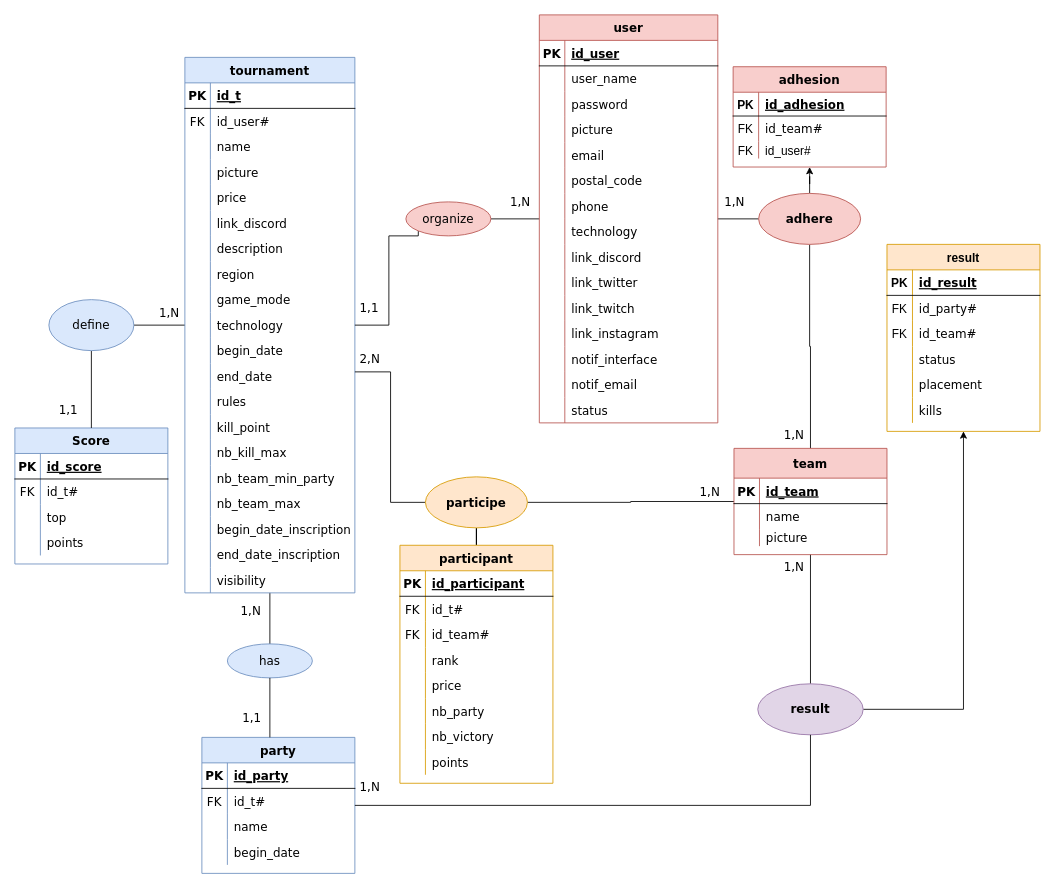
This is page "MLD" (2 of 3) of Wavy_MERISE2.drawio from Pakulic/Maquettage_Site_web, a draw.io file, before an edit. Source tidied: cells renumbered, new cells numbered last; positions are measured from the earlier drawing's top-left corner, leaving out a move shared by most shapes. Both pictures are drawn from the tidied source at 85%, with x=0, y=0 at pixel (14, 14).
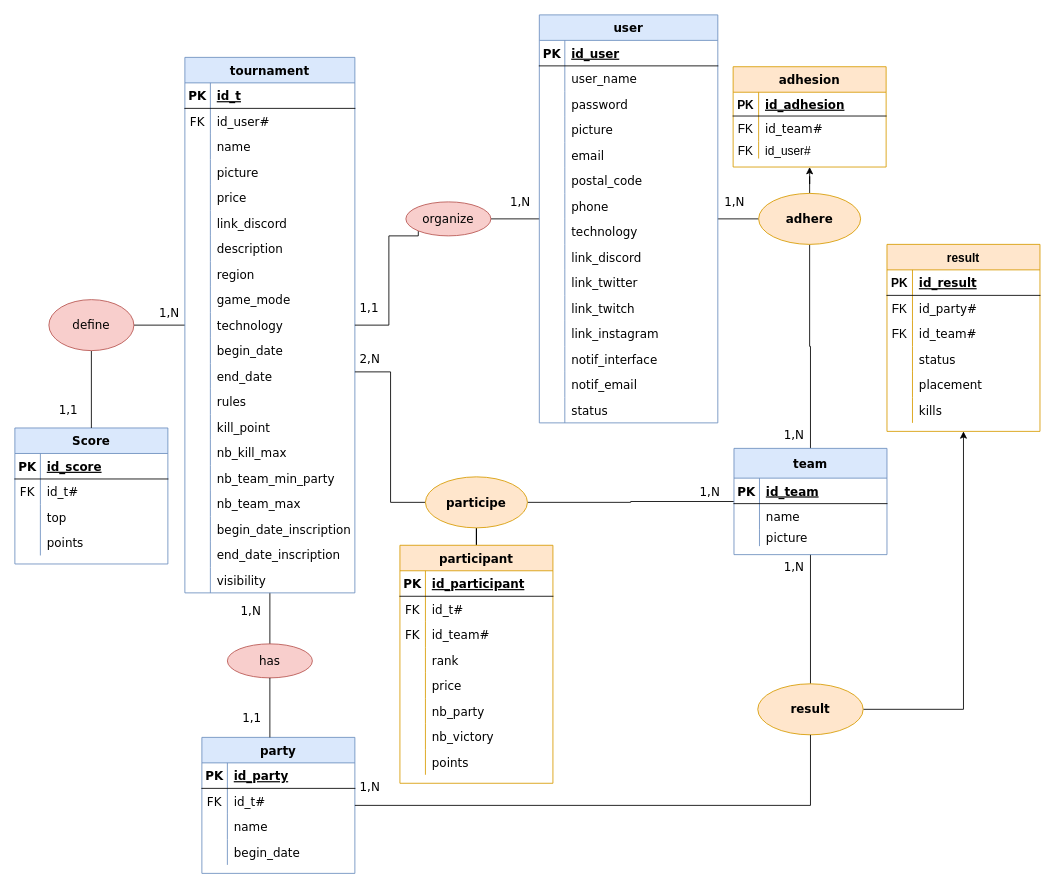
The same page after the edit.

Diff of the diagram source:
```diff
@@
-    <mxCell id="21" value="adhesion" style="shape=table;startSize=30;childLayout=tableLayout;rowLines=0;fontStyle=1;align=center;fillColor=#f8cecc;strokeColor=#b85450;fontSize=14;fontFamily=Verdana;" parent="1" vertex="1">
+    <mxCell id="21" value="adhesion" style="shape=table;startSize=30;childLayout=tableLayout;rowLines=0;fontStyle=1;align=center;fillColor=#ffe6cc;strokeColor=#d79b00;fontSize=14;fontFamily=Verdana;" parent="1" vertex="1">
       <mxGeometry x="845" y="61" width="180" height="118" as="geometry" />
     </mxCell>
@@
-    <mxCell id="124" value="define" style="ellipse;whiteSpace=wrap;html=1;align=center;fillColor=#dae8fc;strokeColor=#6c8ebf;fontSize=14;fontFamily=Verdana;" parent="1" vertex="1">
+    <mxCell id="124" value="define" style="ellipse;whiteSpace=wrap;html=1;align=center;fillColor=#f8cecc;strokeColor=#b85450;fontSize=14;fontFamily=Verdana;" parent="1" vertex="1">
       <mxGeometry x="40" y="335" width="100" height="60" as="geometry" />
     </mxCell>
@@
-    <mxCell id="128" value="team" style="shape=table;startSize=35;childLayout=tableLayout;rowLines=0;fontStyle=1;align=center;fillColor=#f8cecc;strokeColor=#b85450;fontSize=14;fontFamily=Verdana;" parent="1" vertex="1">
+    <mxCell id="128" value="team" style="shape=table;startSize=35;childLayout=tableLayout;rowLines=0;fontStyle=1;align=center;fillColor=#dae8fc;strokeColor=#6c8ebf;fontSize=14;fontFamily=Verdana;" parent="1" vertex="1">
       <mxGeometry x="846" y="510" width="180" height="125" as="geometry" />
     </mxCell>
@@
-    <mxCell id="138" value="has" style="ellipse;whiteSpace=wrap;html=1;align=center;fillColor=#dae8fc;strokeColor=#6c8ebf;fontSize=14;fontFamily=Verdana;" parent="1" vertex="1">
+    <mxCell id="138" value="has" style="ellipse;whiteSpace=wrap;html=1;align=center;fillColor=#f8cecc;strokeColor=#b85450;fontSize=14;fontFamily=Verdana;" parent="1" vertex="1">
       <mxGeometry x="250" y="740" width="100" height="40" as="geometry" />
     </mxCell>
@@
-    <mxCell id="140" value="user" style="shape=table;startSize=30;childLayout=tableLayout;rowLines=0;fontStyle=1;align=center;fillColor=#f8cecc;strokeColor=#b85450;fontSize=14;fontFamily=Verdana;" parent="1" vertex="1">
+    <mxCell id="140" value="user" style="shape=table;startSize=30;childLayout=tableLayout;rowLines=0;fontStyle=1;align=center;fillColor=#dae8fc;strokeColor=#6c8ebf;fontSize=14;fontFamily=Verdana;" parent="1" vertex="1">
       <mxGeometry x="617" width="210" height="480" as="geometry" />
     </mxCell>
@@
-    <mxCell id="187" value="adhere" style="ellipse;whiteSpace=wrap;html=1;fontStyle=1;strokeColor=#b85450;fillColor=#f8cecc;startSize=30;fontSize=14;fontFamily=Verdana;" parent="1" vertex="1">
+    <mxCell id="187" value="adhere" style="ellipse;whiteSpace=wrap;html=1;fontStyle=1;strokeColor=#d79b00;fillColor=#ffe6cc;startSize=30;fontSize=14;fontFamily=Verdana;" parent="1" vertex="1">
       <mxGeometry x="875" y="210" width="120" height="60" as="geometry" />
     </mxCell>
@@
-    <mxCell id="190" value="result" style="ellipse;whiteSpace=wrap;html=1;fontStyle=1;strokeColor=#9673a6;fillColor=#e1d5e7;startSize=35;fontSize=14;fontFamily=Verdana;" parent="1" vertex="1">
+    <mxCell id="190" value="result" style="ellipse;whiteSpace=wrap;html=1;fontStyle=1;strokeColor=#d79b00;fillColor=#ffe6cc;startSize=35;fontSize=14;fontFamily=Verdana;" parent="1" vertex="1">
       <mxGeometry x="874" y="787" width="124" height="60" as="geometry" />
     </mxCell>
```
